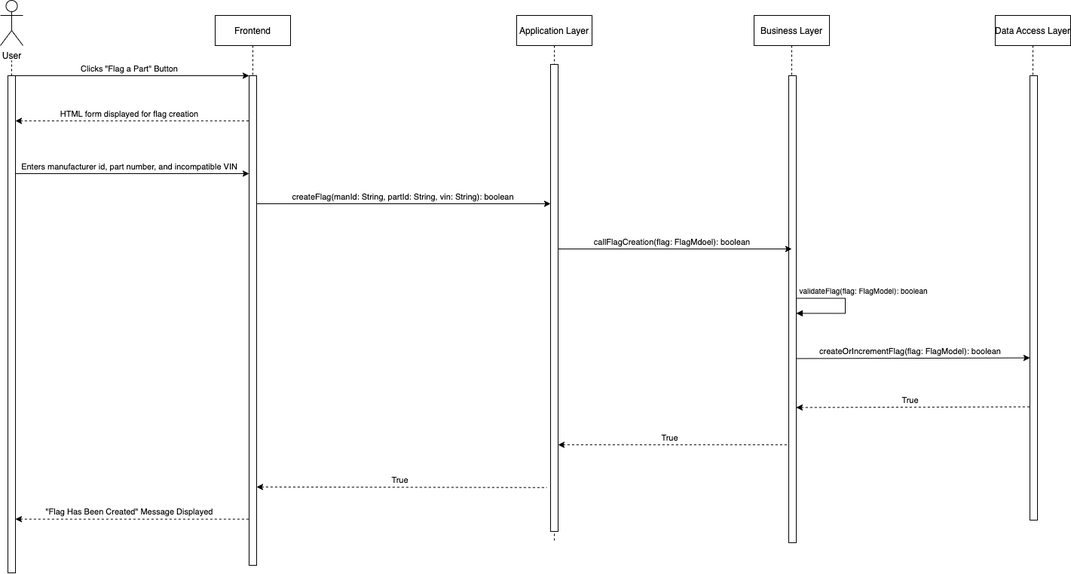
Above: Deliverables/LLD/Unique Features/PartFlagging/Part Flagging Sequence Diagrams-Create_Flag_Success_Case.drawio.png in jaustinjr-code/MotoMoto (draw.io), before the change. Source tidied: cells renumbered, new cells last; positions are measured from the earlier drawing's top-left corner, leaving out a move shared by most shapes.
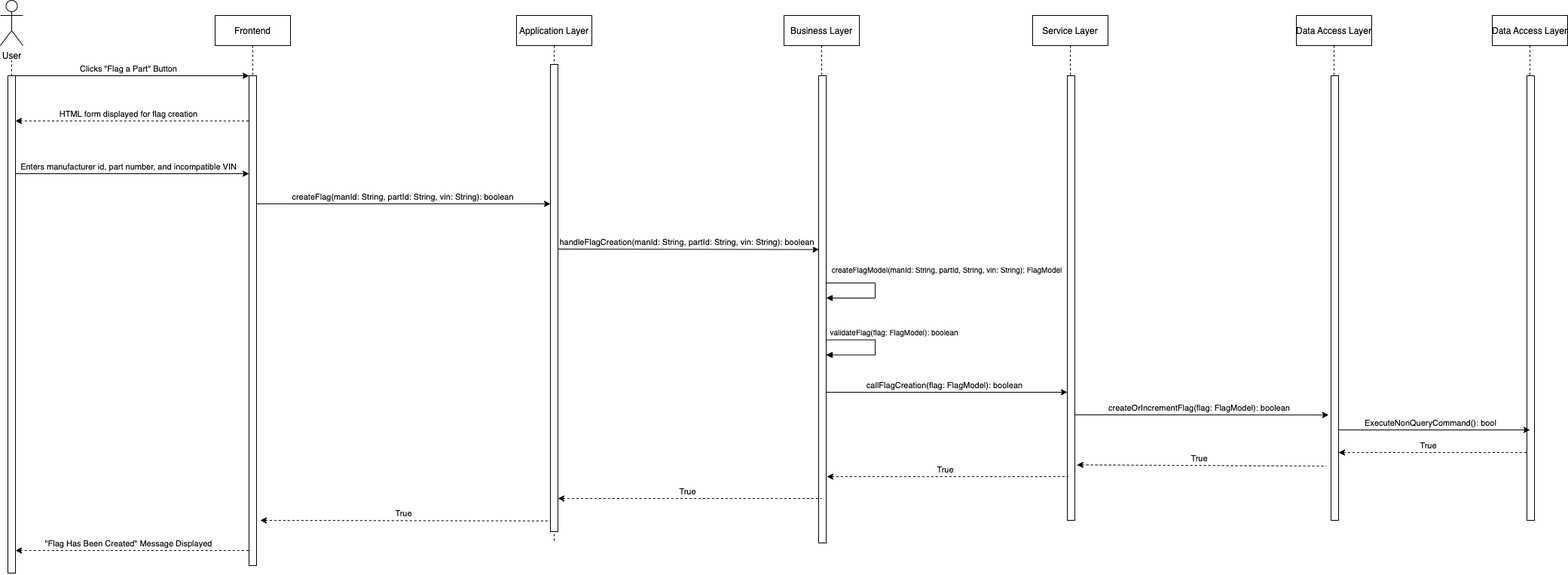
After the commit.

Commit message:
Part Flagging: Update design of part flagging to include service layer

Removed the bypass from business layer to data access layer in the part flagging design so that the service layer can be included.

What changed in the source:
```diff
@@ -75,41 +75,50 @@
       </mxGeometry>
     </mxCell>
     <mxCell id="17" value="Business Layer" style="shape=umlLifeline;perimeter=lifelinePerimeter;rounded=0;shadow=0;strokeWidth=1;" parent="1" vertex="1">
-      <mxGeometry x="1000" y="20" width="100" height="700" as="geometry" />
+      <mxGeometry x="1040" y="20" width="100" height="700" as="geometry" />
     </mxCell>
     <mxCell id="18" style="points=[];perimeter=orthogonalPerimeter;rounded=0;shadow=0;strokeWidth=1;" parent="17" vertex="1">
       <mxGeometry x="46" y="80" width="10" height="620" as="geometry" />
     </mxCell>
+    <mxCell id="36" style="endArrow=classic;html=1;rounded=0;labelBackgroundColor=none;" parent="17" edge="1">
+      <mxGeometry relative="1" as="geometry">
+        <mxPoint x="56.5" y="500" as="sourcePoint" />
+        <mxPoint x="376" y="500" as="targetPoint" />
+      </mxGeometry>
+    </mxCell>
+    <mxCell id="37" value="callFlagCreation(flag: FlagModel): boolean" style="edgeLabel;html=1;align=center;verticalAlign=middle;" parent="36" vertex="1">
+      <mxGeometry x="0.06" y="-1" relative="1" as="geometry">
+        <mxPoint x="-14" y="-11" as="offset" />
+      </mxGeometry>
+    </mxCell>
-    <mxCell id="19" style="endArrow=classic;html=1;rounded=0;labelBackgroundColor=none;" parent="1" edge="1">
+    <mxCell id="19" style="endArrow=classic;html=1;rounded=0;labelBackgroundColor=none;entryX=0.04;entryY=0.372;entryDx=0;entryDy=0;entryPerimeter=0;" parent="1" edge="1" target="18">
       <mxGeometry relative="1" as="geometry">
         <mxPoint x="740.5" y="330" as="sourcePoint" />
-        <mxPoint x="1050" y="330" as="targetPoint" />
       </mxGeometry>
     </mxCell>
-    <mxCell id="20" value="callFlagCreation(flag: FlagMdoel): boolean" style="edgeLabel;html=1;align=center;verticalAlign=middle;" parent="19" vertex="1">
+    <mxCell id="20" value="handleFlagCreation(manId: String, partId: String, vin: String): boolean" style="edgeLabel;html=1;align=center;verticalAlign=middle;" parent="19" vertex="1">
       <mxGeometry x="0.06" y="-1" relative="1" as="geometry">
         <mxPoint x="-14" y="-11" as="offset" />
       </mxGeometry>
     </mxCell>
     <mxCell id="21" style="verticalAlign=bottom;endArrow=block;shadow=0;strokeWidth=1;rounded=0;edgeStyle=orthogonalEdgeStyle;align=center;" parent="1" edge="1">
       <mxGeometry x="-0.31" relative="1" as="geometry">
-        <mxPoint x="1056" y="405.5" as="sourcePoint" />
-        <mxPoint x="1056" y="415.5" as="targetPoint" />
+        <mxPoint x="1096" y="460.5" as="sourcePoint" />
+        <mxPoint x="1096" y="470.5" as="targetPoint" />
         <Array as="points">
-          <mxPoint x="1056" y="395.5" />
-          <mxPoint x="1121" y="395.5" />
-          <mxPoint x="1121" y="415.5" />
-          <mxPoint x="1056" y="415.5" />
+          <mxPoint x="1096" y="450.5" />
+          <mxPoint x="1161" y="450.5" />
+          <mxPoint x="1161" y="470.5" />
+          <mxPoint x="1096" y="470.5" />
         </Array>
       </mxGeometry>
     </mxCell>
     <mxCell id="22" value="validateFlag(flag: FlagModel): boolean" style="text;html=1;align=center;verticalAlign=middle;strokeColor=none;fillColor=none;fontSize=10;" parent="1" vertex="1">
-      <mxGeometry x="1050" y="375" width="190" height="20" as="geometry" />
+      <mxGeometry x="1091" y="430" width="190" height="20" as="geometry" />
     </mxCell>
-    <mxCell id="23" style="endArrow=classic;html=1;rounded=0;labelBackgroundColor=none;entryX=-0.4;entryY=0.812;entryDx=0;entryDy=0;entryPerimeter=0;" parent="1" edge="1">
+    <mxCell id="23" style="endArrow=classic;html=1;rounded=0;labelBackgroundColor=none;entryX=-0.32;entryY=0.763;entryDx=0;entryDy=0;entryPerimeter=0;" parent="1" edge="1" target="26">
       <mxGeometry relative="1" as="geometry">
-        <mxPoint x="1056" y="475.5" as="sourcePoint" />
-        <mxPoint x="1366" y="474.6" as="targetPoint" />
+        <mxPoint x="1426" y="550" as="sourcePoint" />
       </mxGeometry>
     </mxCell>
     <mxCell id="24" value="createOrIncrementFlag(flag: FlagModel): boolean" style="edgeLabel;html=1;align=center;verticalAlign=middle;" parent="23" vertex="1">
@@ -118,15 +127,26 @@
       </mxGeometry>
     </mxCell>
     <mxCell id="25" value="Data Access Layer" style="shape=umlLifeline;perimeter=lifelinePerimeter;rounded=0;shadow=0;strokeWidth=1;" parent="1" vertex="1">
-      <mxGeometry x="1320" y="20" width="100" height="670" as="geometry" />
+      <mxGeometry x="1720" y="20" width="100" height="670" as="geometry" />
     </mxCell>
     <mxCell id="26" style="points=[];perimeter=orthogonalPerimeter;rounded=0;shadow=0;strokeWidth=1;" parent="25" vertex="1">
       <mxGeometry x="46" y="80" width="10" height="590" as="geometry" />
     </mxCell>
+    <mxCell id="38" style="endArrow=none;html=1;rounded=0;labelBackgroundColor=none;endFill=0;startArrow=classic;startFill=1;dashed=1;" parent="25" edge="1">
+      <mxGeometry relative="1" as="geometry">
+        <mxPoint x="56" y="580" as="sourcePoint" />
+        <mxPoint x="306" y="580" as="targetPoint" />
+      </mxGeometry>
+    </mxCell>
+    <mxCell id="39" value="True" style="edgeLabel;html=1;align=center;verticalAlign=middle;" parent="38" vertex="1">
+      <mxGeometry x="0.06" y="-1" relative="1" as="geometry">
+        <mxPoint x="-14" y="-11" as="offset" />
+      </mxGeometry>
+    </mxCell>
-    <mxCell id="27" style="endArrow=none;html=1;rounded=0;labelBackgroundColor=none;entryX=-0.4;entryY=0.812;entryDx=0;entryDy=0;entryPerimeter=0;endFill=0;startArrow=classic;startFill=1;dashed=1;" parent="1" edge="1">
+    <mxCell id="27" style="endArrow=none;html=1;rounded=0;labelBackgroundColor=none;endFill=0;startArrow=classic;startFill=1;dashed=1;exitX=1.274;exitY=0.743;exitDx=0;exitDy=0;exitPerimeter=0;" parent="1" edge="1">
       <mxGeometry relative="1" as="geometry">
-        <mxPoint x="1056" y="540.5" as="sourcePoint" />
-        <mxPoint x="1366" y="539.6" as="targetPoint" />
+        <mxPoint x="1428.7" y="616.4" as="sourcePoint" />
+        <mxPoint x="1760" y="618" as="targetPoint" />
       </mxGeometry>
     </mxCell>
     <mxCell id="28" value="True" style="edgeLabel;html=1;align=center;verticalAlign=middle;" parent="27" vertex="1">
@@ -136,8 +156,8 @@
     </mxCell>
     <mxCell id="29" style="endArrow=none;html=1;rounded=0;labelBackgroundColor=none;dashed=1;endFill=0;startArrow=classic;startFill=1;" parent="1" edge="1">
       <mxGeometry relative="1" as="geometry">
-        <mxPoint x="740" y="590" as="sourcePoint" />
-        <mxPoint x="1043.5" y="590" as="targetPoint" />
+        <mxPoint x="740" y="661" as="sourcePoint" />
+        <mxPoint x="1090" y="661" as="targetPoint" />
       </mxGeometry>
     </mxCell>
     <mxCell id="30" value="True" style="edgeLabel;html=1;align=center;verticalAlign=middle;" parent="29" vertex="1">
@@ -147,8 +167,8 @@
     </mxCell>
     <mxCell id="31" style="endArrow=none;html=1;rounded=0;labelBackgroundColor=none;dashed=1;endFill=0;startArrow=classic;startFill=1;entryX=-0.5;entryY=0.977;entryDx=0;entryDy=0;entryPerimeter=0;" parent="1" edge="1">
       <mxGeometry relative="1" as="geometry">
-        <mxPoint x="340" y="646" as="sourcePoint" />
-        <mxPoint x="725" y="646.7" as="targetPoint" />
+        <mxPoint x="345" y="690" as="sourcePoint" />
+        <mxPoint x="730" y="690.7" as="targetPoint" />
       </mxGeometry>
     </mxCell>
     <mxCell id="32" value="True" style="edgeLabel;html=1;align=center;verticalAlign=middle;" parent="31" vertex="1">
@@ -158,8 +178,8 @@
     </mxCell>
     <mxCell id="33" style="endArrow=none;html=1;rounded=0;labelBackgroundColor=none;endFill=0;startArrow=classic;startFill=1;dashed=1;" parent="1" edge="1">
       <mxGeometry relative="1" as="geometry">
-        <mxPoint x="20" y="688.7" as="sourcePoint" />
-        <mxPoint x="330" y="688.7" as="targetPoint" />
+        <mxPoint x="20" y="730" as="sourcePoint" />
+        <mxPoint x="330" y="730" as="targetPoint" />
       </mxGeometry>
     </mxCell>
     <mxCell id="34" value="&quot;Flag Has Been Created&quot; Message Displayed" style="edgeLabel;html=1;align=center;verticalAlign=middle;" parent="33" vertex="1">
@@ -170,5 +190,54 @@
     <mxCell id="35" style="perimeter=orthogonalPerimeter;rounded=0;shadow=0;strokeWidth=1;" parent="1" vertex="1">
       <mxGeometry x="730" y="85" width="10" height="620" as="geometry" />
     </mxCell>
+    <mxCell id="40" value="Service Layer" style="shape=umlLifeline;perimeter=lifelinePerimeter;rounded=0;shadow=0;strokeWidth=1;" parent="1" vertex="1">
+      <mxGeometry x="1370" y="20" width="100" height="670" as="geometry" />
+    </mxCell>
+    <mxCell id="41" style="perimeter=orthogonalPerimeter;rounded=0;shadow=0;strokeWidth=1;" parent="40" vertex="1">
+      <mxGeometry x="46" y="80" width="10" height="590" as="geometry" />
+    </mxCell>
+    <mxCell id="42" style="verticalAlign=bottom;endArrow=block;shadow=0;strokeWidth=1;rounded=0;edgeStyle=orthogonalEdgeStyle;align=center;" parent="1" edge="1">
+      <mxGeometry x="-0.31" relative="1" as="geometry">
+        <mxPoint x="1096" y="385" as="sourcePoint" />
+        <mxPoint x="1096" y="395" as="targetPoint" />
+        <Array as="points">
+          <mxPoint x="1096" y="375" />
+          <mxPoint x="1161" y="375" />
+          <mxPoint x="1161" y="395" />
+          <mxPoint x="1096" y="395" />
+        </Array>
+      </mxGeometry>
+    </mxCell>
+    <mxCell id="43" value="&lt;font style=&quot;font-size: 10px&quot;&gt;createFlagModel(manId: String, partId, String, vin: String): FlagModel&lt;/font&gt;" style="text;html=1;align=center;verticalAlign=middle;strokeColor=none;fillColor=none;" parent="1" vertex="1">
+      <mxGeometry x="1096" y="348" width="320" height="20" as="geometry" />
+    </mxCell>
+    <mxCell id="44" style="endArrow=none;html=1;rounded=0;labelBackgroundColor=none;endFill=0;startArrow=classic;startFill=1;dashed=1;" parent="1" edge="1">
+      <mxGeometry relative="1" as="geometry">
+        <mxPoint x="1097" y="632" as="sourcePoint" />
+        <mxPoint x="1417" y="632" as="targetPoint" />
+      </mxGeometry>
+    </mxCell>
+    <mxCell id="45" value="True" style="edgeLabel;html=1;align=center;verticalAlign=middle;" parent="44" vertex="1">
+      <mxGeometry x="0.06" y="-1" relative="1" as="geometry">
+        <mxPoint x="-14" y="-11" as="offset" />
+      </mxGeometry>
+    </mxCell>
+    <mxCell id="46" value="Data Access Layer" style="shape=umlLifeline;perimeter=lifelinePerimeter;rounded=0;shadow=0;strokeWidth=1;" parent="1" vertex="1">
+      <mxGeometry x="1980" y="20" width="100" height="670" as="geometry" />
+    </mxCell>
+    <mxCell id="47" style="perimeter=orthogonalPerimeter;rounded=0;shadow=0;strokeWidth=1;" parent="46" vertex="1">
+      <mxGeometry x="46" y="80" width="10" height="590" as="geometry" />
+    </mxCell>
+    <mxCell id="48" style="endArrow=classic;html=1;rounded=0;labelBackgroundColor=none;" parent="46" edge="1">
+      <mxGeometry relative="1" as="geometry">
+        <mxPoint x="-204" y="550" as="sourcePoint" />
+        <mxPoint x="50" y="550" as="targetPoint" />
+      </mxGeometry>
+    </mxCell>
+    <mxCell id="49" value="ExecuteNonQueryCommand(): bool" style="edgeLabel;html=1;align=center;verticalAlign=middle;" parent="48" vertex="1">
+      <mxGeometry x="0.06" y="-1" relative="1" as="geometry">
+        <mxPoint x="-14" y="-11" as="offset" />
+      </mxGeometry>
+    </mxCell>
   </root>
 </mxGraphModel>
```
